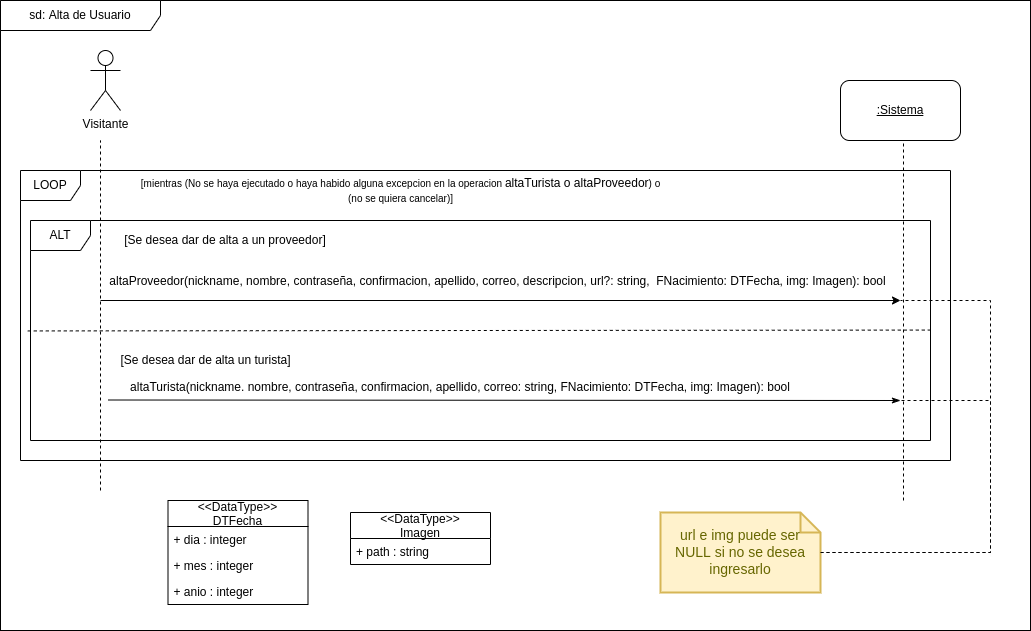
Earlier version of the draw.io export docs/Iteración 2/Análisis/DSS Servidor web/altaDeUsuario.png (FacundoDiaz00/Taller-de-Programaci-n). Source tidied: cells renumbered, new cells last; positions are measured from the earlier drawing's top-left corner, leaving out a move shared by most shapes.
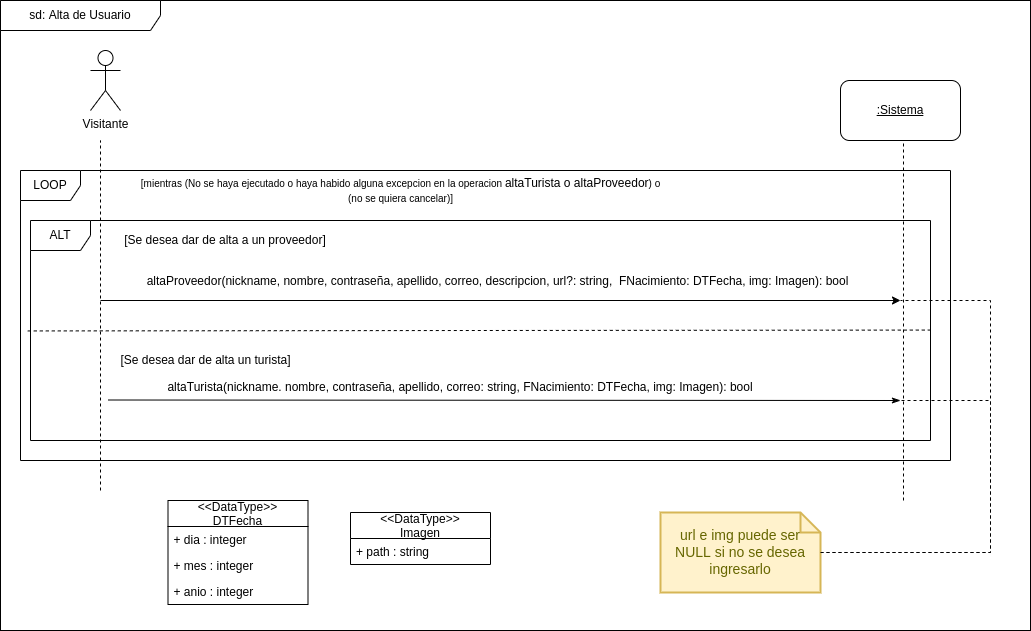
The same diagram one commit later.

Diff of the diagram source:
```diff
@@ -29,13 +29,13 @@
     <mxCell id="9" value="[Se desea dar de alta a un proveedor]" style="text;html=1;strokeColor=none;fillColor=none;align=center;verticalAlign=middle;whiteSpace=wrap;rounded=0;" parent="1" vertex="1">
       <mxGeometry x="110" y="230" width="230" height="20" as="geometry" />
     </mxCell>
-    <mxCell id="10" value="altaProveedor(nickname, nombre, contraseña, confirmacion, apellido, correo, descripcion, url?: string,&amp;nbsp;&amp;nbsp;FNacimiento: DTFecha, img: Imagen): bool" style="text;html=1;strokeColor=none;fillColor=none;align=center;verticalAlign=middle;whiteSpace=wrap;rounded=0;fontSize=12;" parent="1" vertex="1">
+    <mxCell id="10" value="altaProveedor(nickname, nombre, contraseña, apellido, correo, descripcion, url?: string,&amp;nbsp;&amp;nbsp;FNacimiento: DTFecha, img: Imagen): bool" style="text;html=1;strokeColor=none;fillColor=none;align=center;verticalAlign=middle;whiteSpace=wrap;rounded=0;fontSize=12;" parent="1" vertex="1">
       <mxGeometry x="106.5" y="271" width="780.5" height="20" as="geometry" />
     </mxCell>
     <mxCell id="11" value="[Se desea dar de alta un turista]" style="text;html=1;strokeColor=none;fillColor=none;align=center;verticalAlign=middle;whiteSpace=wrap;rounded=0;" parent="1" vertex="1">
       <mxGeometry x="102.5" y="350" width="205" height="20" as="geometry" />
     </mxCell>
-    <mxCell id="12" value="altaTurista(nickname. nombre, contraseña, confirmacion,&amp;nbsp;apellido, correo: string, FNacimiento: DTFecha, img: Imagen): bool" style="text;html=1;strokeColor=none;fillColor=none;align=center;verticalAlign=middle;whiteSpace=wrap;rounded=0;fontSize=12;" parent="1" vertex="1">
+    <mxCell id="12" value="altaTurista(nickname. nombre, contraseña,&amp;nbsp;apellido, correo: string, FNacimiento: DTFecha, img: Imagen): bool" style="text;html=1;strokeColor=none;fillColor=none;align=center;verticalAlign=middle;whiteSpace=wrap;rounded=0;fontSize=12;" parent="1" vertex="1">
       <mxGeometry x="90" y="377" width="740" height="20" as="geometry" />
     </mxCell>
     <mxCell id="13" style="endArrow=none;dashed=1;html=1;exitX=-0.003;exitY=0.502;exitDx=0;exitDy=0;exitPerimeter=0;entryX=1.003;entryY=0.498;entryDx=0;entryDy=0;entryPerimeter=0;" parent="1" edge="1" source="5" target="5">
```
